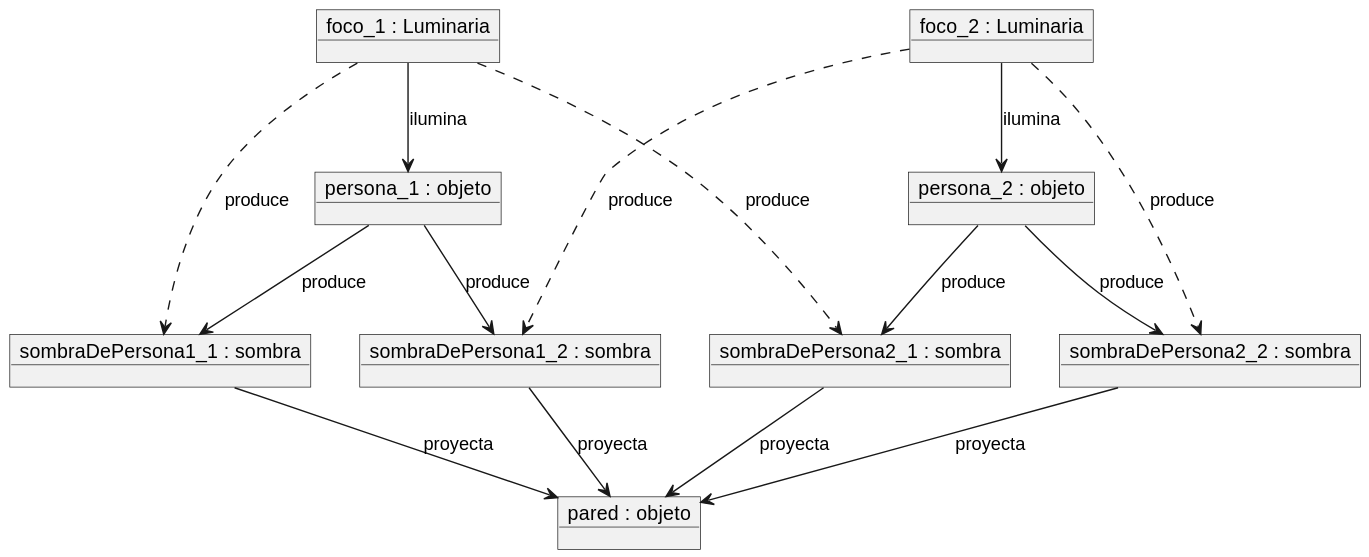
Before: entregas/garciaDiego/Imagenes/Sombra3.svg, a diagram exported from PlantUML (mmasias/24-25-IdSw1). The source it was exported from:
```plantuml
@startuml
object "foco_1 : Luminaria" as F1
object "foco_2 : Luminaria" as F2
object "persona_1 : objeto" as P1
object "persona_2 : objeto" as P2
object "sombraDePersona1_1 : sombra" as S11
object "sombraDePersona1_2 : sombra" as S12
object "sombraDePersona2_1 : sombra" as S21
object "sombraDePersona2_2 : sombra" as S22
object "pared : objeto" as W

F1 --> P1 : "ilumina"
F2 --> P2 : "ilumina"
F1 ..> S11 : "produce"
F1 ..> S21 : "produce"
F2 ..> S12 : "produce"
F2 ..> S22 : "produce"
P1 --> S11 : "produce"
P1 --> S12 : "produce"
P2 --> S21 : "produce"
P2 --> S22 : "produce"
S11 --> W : "proyecta"
S12 --> W : "proyecta"
S21 --> W : "proyecta"
S22 --> W : "proyecta"
@enduml
```
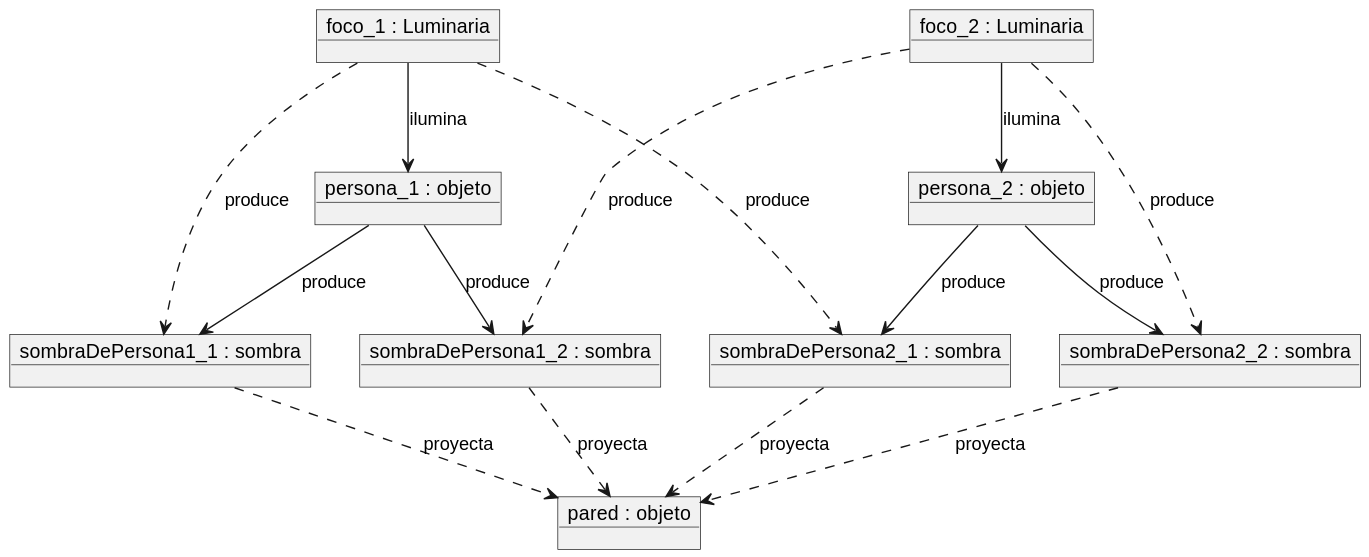
The same diagram one commit later.

The edit, as a diff of the source:
```diff
@@ -19,8 +19,8 @@
 P1 --> S12 : "produce"
 P2 --> S21 : "produce"
 P2 --> S22 : "produce"
-S11 --> W : "proyecta"
-S12 --> W : "proyecta"
-S21 --> W : "proyecta"
-S22 --> W : "proyecta"
+S11 ..> W : "proyecta"
+S12 ..> W : "proyecta"
+S21 ..> W : "proyecta"
+S22 ..> W : "proyecta"
 @enduml
```
